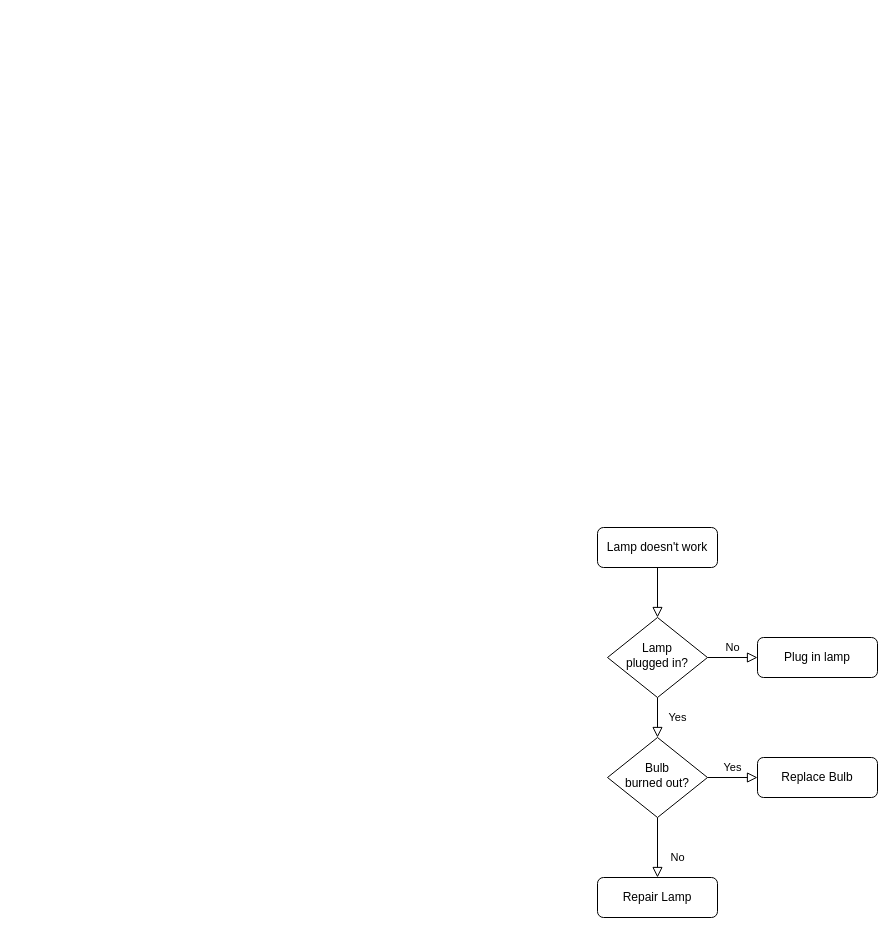
Earlier version of the draw.io diagram Untitled Diagram.drawio (jinlianglou/-). Source tidied: cells renumbered, new cells numbered last; positions are measured from the earlier drawing's top-left corner, leaving out a move shared by most shapes. Both pictures are drawn from the tidied source at 100%, with x=0, y=0 at pixel (597, 527).
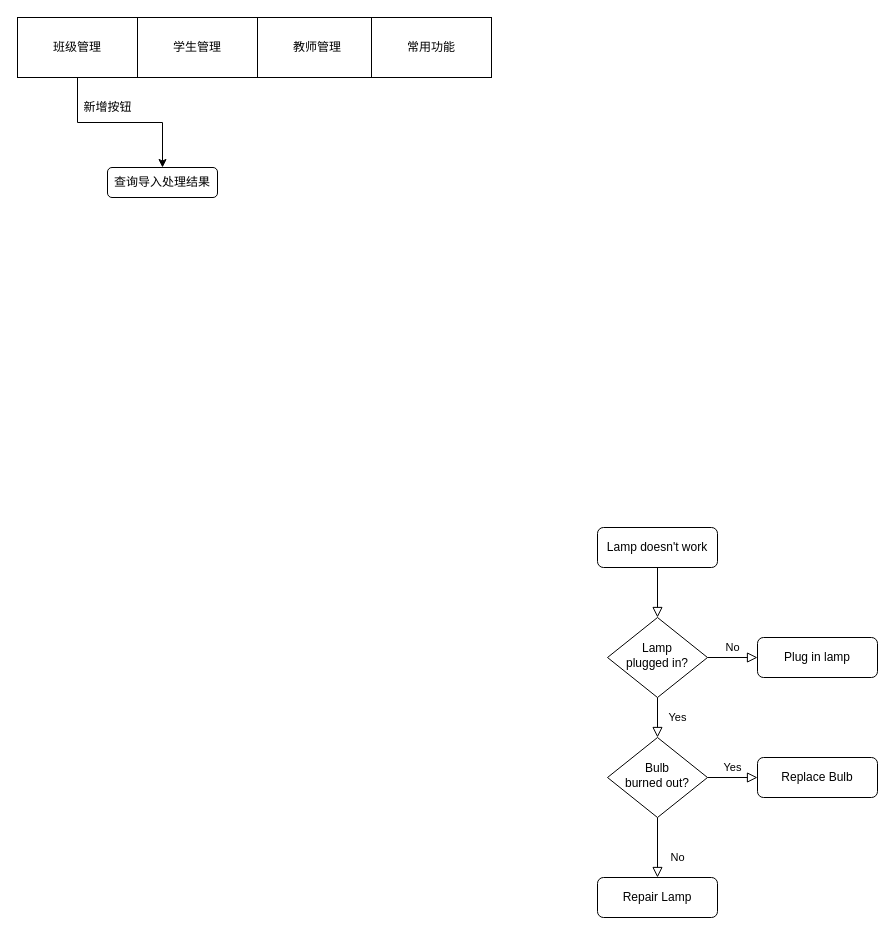
The same diagram, later.

Change to the diagram source:
```diff
@@
 <mxGraphModel>
   <root>
     <mxCell id="0" />
     <mxCell id="1" parent="0" />
     <mxCell id="2" style="rounded=0;html=1;jettySize=auto;fontSize=11;endArrow=block;endFill=0;endSize=8;strokeWidth=1;shadow=0;labelBackgroundColor=none;edgeStyle=orthogonalEdgeStyle;" parent="1" edge="1" source="3" target="6">
       <mxGeometry relative="1" as="geometry" />
     </mxCell>
     <mxCell id="3" value="Lamp doesn't work" style="rounded=1;whiteSpace=wrap;html=1;fontSize=12;glass=0;strokeWidth=1;shadow=0;" parent="1" vertex="1">
       <mxGeometry width="120" height="40" as="geometry" />
     </mxCell>
     <mxCell id="4" value="Yes" style="rounded=0;html=1;jettySize=auto;fontSize=11;endArrow=block;endFill=0;endSize=8;strokeWidth=1;shadow=0;labelBackgroundColor=none;edgeStyle=orthogonalEdgeStyle;" parent="1" edge="1" source="6" target="10">
       <mxGeometry y="20" relative="1" as="geometry" />
     </mxCell>
     <mxCell id="5" value="No" style="edgeStyle=orthogonalEdgeStyle;rounded=0;html=1;jettySize=auto;fontSize=11;endArrow=block;endFill=0;endSize=8;strokeWidth=1;shadow=0;labelBackgroundColor=none;" parent="1" edge="1" source="6" target="7">
       <mxGeometry y="10" relative="1" as="geometry" />
     </mxCell>
     <mxCell id="6" value="Lamp&lt;br&gt;plugged in?" style="rhombus;whiteSpace=wrap;html=1;shadow=0;fontFamily=Helvetica;fontSize=12;align=center;strokeWidth=1;spacing=6;spacingTop=-4;" parent="1" vertex="1">
       <mxGeometry x="10" y="90" width="100" height="80" as="geometry" />
     </mxCell>
     <mxCell id="7" value="Plug in lamp" style="rounded=1;whiteSpace=wrap;html=1;fontSize=12;glass=0;strokeWidth=1;shadow=0;" parent="1" vertex="1">
       <mxGeometry x="160" y="110" width="120" height="40" as="geometry" />
     </mxCell>
     <mxCell id="8" value="No" style="rounded=0;html=1;jettySize=auto;fontSize=11;endArrow=block;endFill=0;endSize=8;strokeWidth=1;shadow=0;labelBackgroundColor=none;edgeStyle=orthogonalEdgeStyle;" parent="1" edge="1" source="10" target="11">
       <mxGeometry x="0.33" y="20" relative="1" as="geometry" />
     </mxCell>
     <mxCell id="9" value="Yes" style="edgeStyle=orthogonalEdgeStyle;rounded=0;html=1;jettySize=auto;fontSize=11;endArrow=block;endFill=0;endSize=8;strokeWidth=1;shadow=0;labelBackgroundColor=none;" parent="1" edge="1" source="10" target="12">
       <mxGeometry y="10" relative="1" as="geometry" />
     </mxCell>
     <mxCell id="10" value="Bulb&lt;br&gt;burned out?" style="rhombus;whiteSpace=wrap;html=1;shadow=0;fontFamily=Helvetica;fontSize=12;align=center;strokeWidth=1;spacing=6;spacingTop=-4;" parent="1" vertex="1">
       <mxGeometry x="10" y="210" width="100" height="80" as="geometry" />
     </mxCell>
     <mxCell id="11" value="Repair Lamp" style="rounded=1;whiteSpace=wrap;html=1;fontSize=12;glass=0;strokeWidth=1;shadow=0;" parent="1" vertex="1">
       <mxGeometry y="350" width="120" height="40" as="geometry" />
     </mxCell>
     <mxCell id="12" value="Replace Bulb" style="rounded=1;whiteSpace=wrap;html=1;fontSize=12;glass=0;strokeWidth=1;shadow=0;" parent="1" vertex="1">
       <mxGeometry x="160" y="230" width="120" height="40" as="geometry" />
     </mxCell>
+    <mxCell id="13" style="edgeStyle=orthogonalEdgeStyle;rounded=0;jettySize=auto;html=1;" parent="1" edge="1" source="14" target="19">
+      <mxGeometry relative="1" as="geometry" />
+    </mxCell>
+    <mxCell id="14" value="班级管理" style="rounded=0;whiteSpace=wrap;html=1;" parent="1" vertex="1">
+      <mxGeometry x="-580" y="-510" width="120" height="60" as="geometry" />
+    </mxCell>
+    <mxCell id="15" value="学生管理" style="rounded=0;whiteSpace=wrap;html=1;" parent="1" vertex="1">
+      <mxGeometry x="-460" y="-510" width="120" height="60" as="geometry" />
+    </mxCell>
+    <mxCell id="16" value="教师管理" style="rounded=0;whiteSpace=wrap;html=1;" parent="1" vertex="1">
+      <mxGeometry x="-340" y="-510" width="120" height="60" as="geometry" />
+    </mxCell>
+    <mxCell id="17" value="常用功能" style="rounded=0;whiteSpace=wrap;html=1;" parent="1" vertex="1">
+      <mxGeometry x="-226" y="-510" width="120" height="60" as="geometry" />
+    </mxCell>
+    <mxCell id="18" value="新增按钮" style="text;html=1;align=center;verticalAlign=middle;strokeColor=none;fillColor=none;" parent="1" vertex="1">
+      <mxGeometry x="-520" y="-430" width="60" height="20" as="geometry" />
+    </mxCell>
+    <mxCell id="19" value="查询导入处理结果" style="rounded=1;whiteSpace=wrap;html=1;" parent="1" vertex="1">
+      <mxGeometry x="-490" y="-360" width="110" height="30" as="geometry" />
+    </mxCell>
   </root>
 </mxGraphModel>
```
